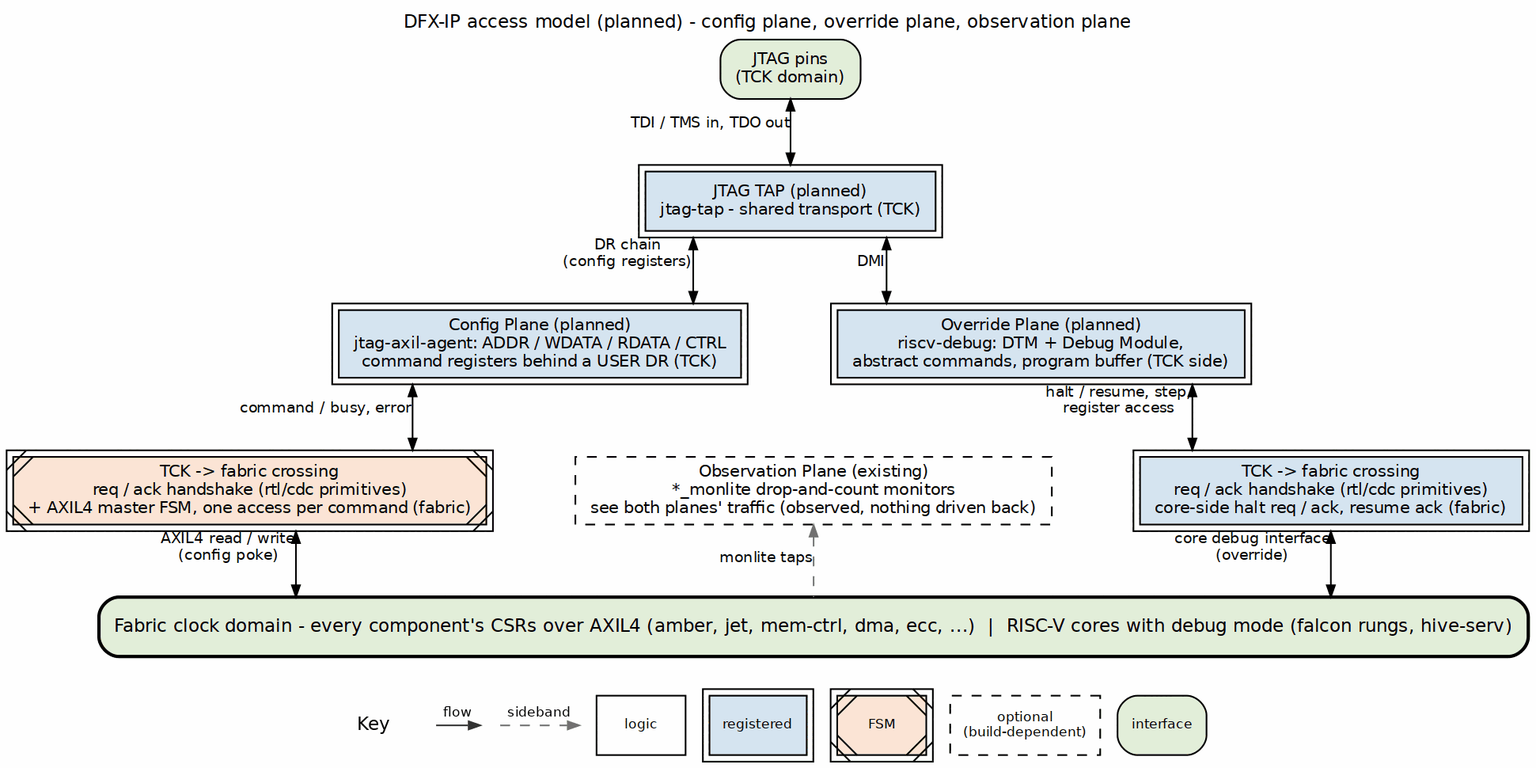
Before: projects/components/dfx-ip/docs/dfx_has/assets/graphviz/01_access_planes.png, a diagram exported from Graphviz (sean-galloway/RTLDesignSherpa). Its source is kept beside it as projects/components/dfx-ip/docs/dfx_has/assets/graphviz/01_access_planes.dot.
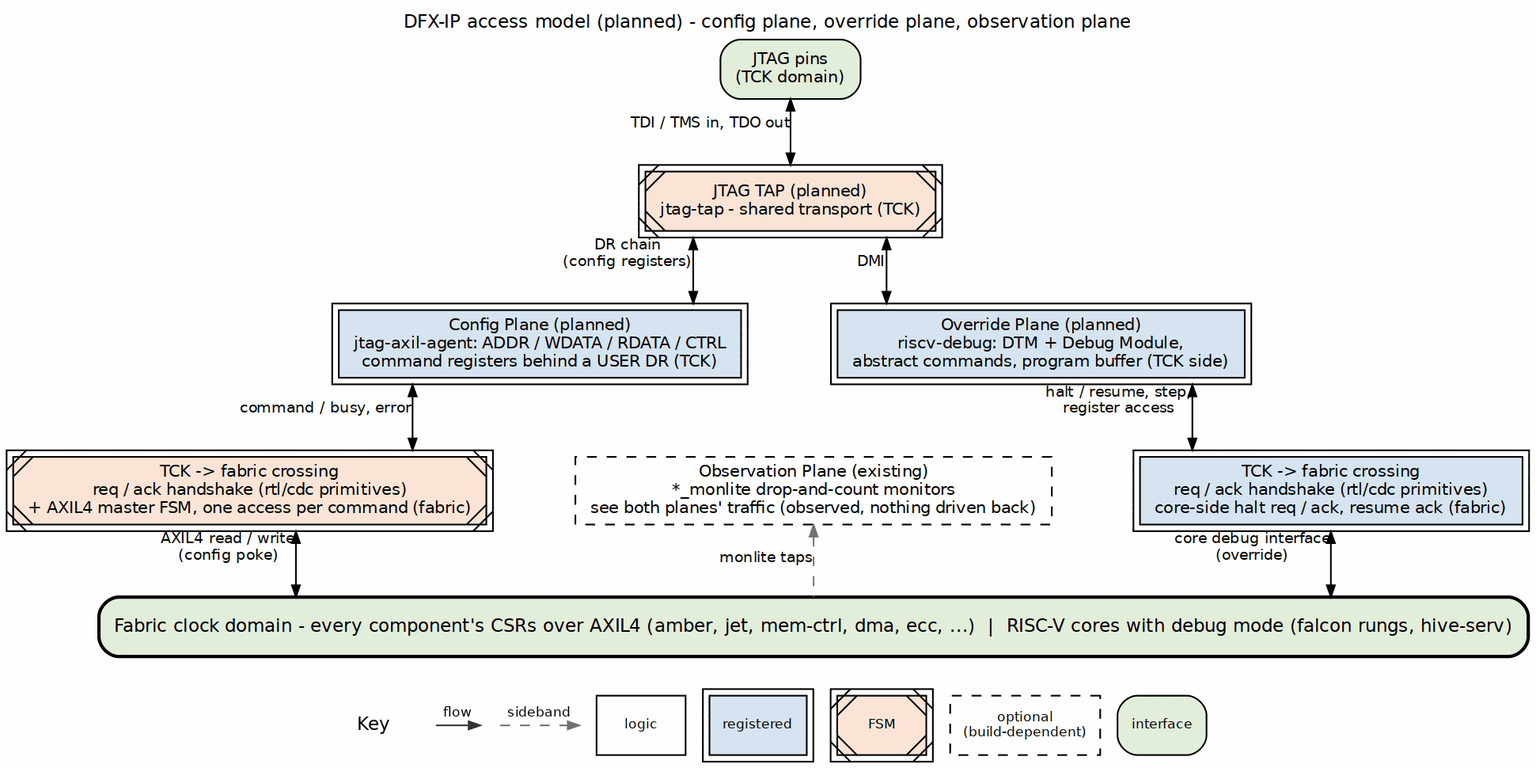
After the change.

What changed in the source:
```diff
@@ -8,7 +8,7 @@
     edge  [fontname="Helvetica", fontsize=9, color="black", arrowsize=0.7];
 
     jtag [label="JTAG pins\n(TCK domain)", fillcolor="white", style="rounded,filled", fillcolor="#E2EFDA"];
-    tap  [label="JTAG TAP (planned)\njtag-tap - shared transport (TCK)", peripheries=2, style="filled", fillcolor="#D6E4F0"];
+    tap  [label="JTAG TAP (planned)\njtag-tap - shared transport (TCK)", peripheries=2, style="filled,diagonals", fillcolor="#FCE4D6"];
 
     agent [label="Config Plane (planned)\njtag-axil-agent: ADDR / WDATA / RDATA / CTRL\ncommand registers behind a USER DR (TCK)", peripheries=2, style="filled", fillcolor="#D6E4F0"];
     dm    [label="Override Plane (planned)\nriscv-debug: DTM + Debug Module,\nabstract commands, program buffer (TCK side)", peripheries=2, style="filled", fillcolor="#D6E4F0"];
```
